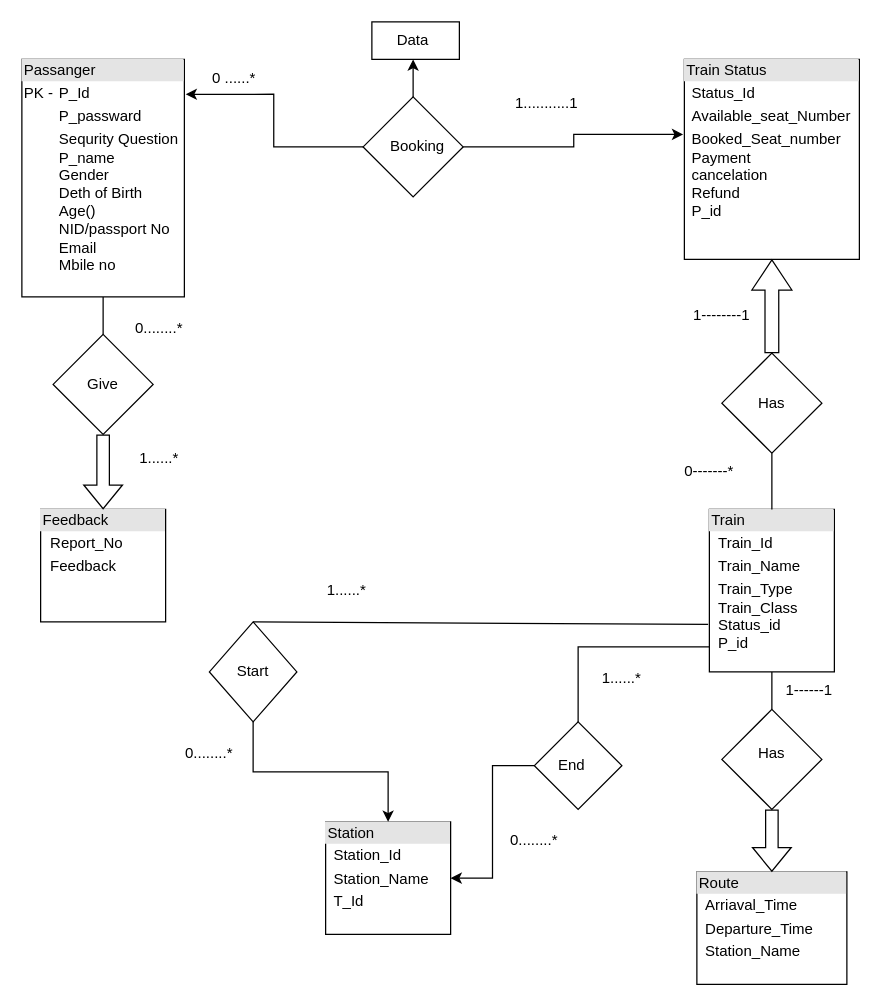
surjo976/Dbms-railstation-database keeps this draw.io diagram as Railwaydatabase.drawio. Above is the earlier version. Source tidied: cells renumbered, new cells numbered last; positions are measured from the earlier drawing's top-left corner, leaving out a move shared by most shapes. Both pictures are drawn from the tidied source at 125%, with x=0, y=0 at pixel (21, 21).
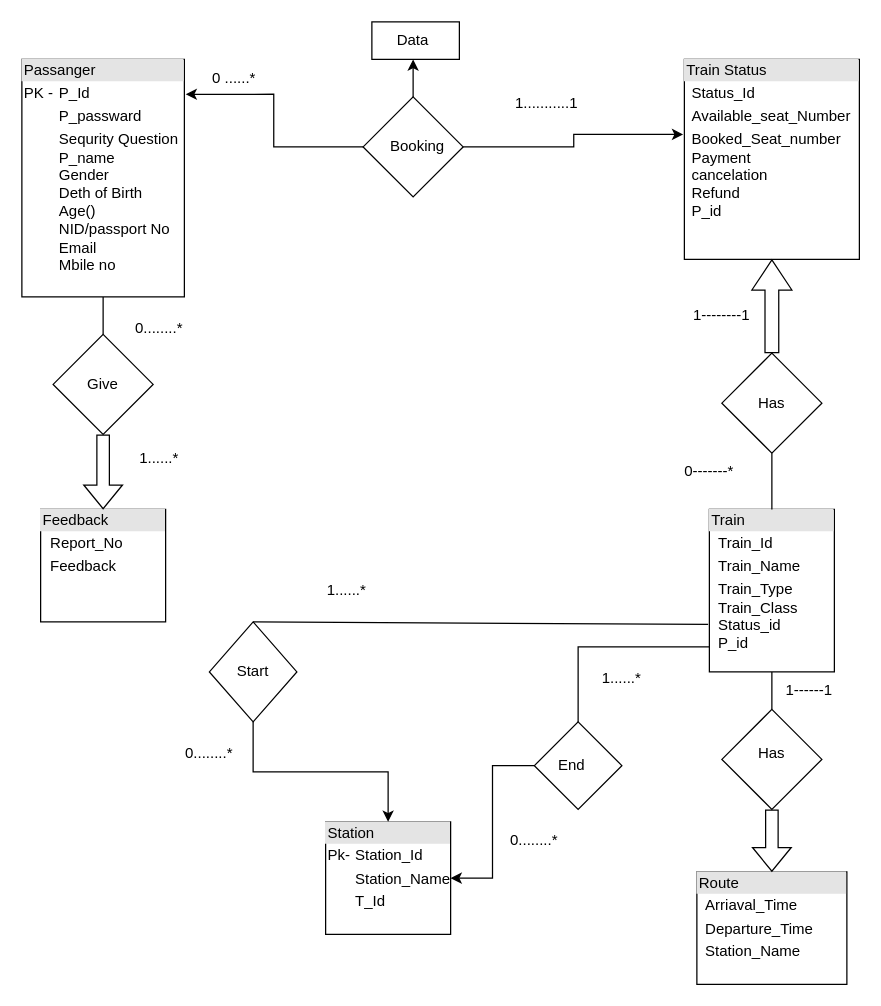
The same diagram, later.

The edit, as a diff of the source:
```diff
@@
-    <mxCell id="26" value="&lt;div style=&quot;box-sizing: border-box ; width: 100% ; background: #e4e4e4 ; padding: 2px&quot;&gt;Station&lt;/div&gt;&lt;table style=&quot;width: 100% ; font-size: 1em&quot; cellpadding=&quot;2&quot; cellspacing=&quot;0&quot;&gt;&lt;tbody&gt;&lt;tr&gt;&lt;td&gt;&lt;br&gt;&lt;/td&gt;&lt;td&gt;Station_Id&lt;/td&gt;&lt;/tr&gt;&lt;tr&gt;&lt;td&gt;&lt;br&gt;&lt;/td&gt;&lt;td&gt;Station_Name&lt;/td&gt;&lt;/tr&gt;&lt;tr&gt;&lt;td&gt;&lt;/td&gt;&lt;td&gt;T_Id&lt;/td&gt;&lt;/tr&gt;&lt;/tbody&gt;&lt;/table&gt;" style="verticalAlign=top;align=left;overflow=fill;html=1;" parent="1" vertex="1">
+    <mxCell id="26" value="&lt;div style=&quot;box-sizing: border-box ; width: 100% ; background: #e4e4e4 ; padding: 2px&quot;&gt;Station&lt;/div&gt;&lt;table style=&quot;width: 100% ; font-size: 1em&quot; cellpadding=&quot;2&quot; cellspacing=&quot;0&quot;&gt;&lt;tbody&gt;&lt;tr&gt;&lt;td&gt;Pk-&lt;/td&gt;&lt;td&gt;Station_Id&lt;/td&gt;&lt;/tr&gt;&lt;tr&gt;&lt;td&gt;&lt;br&gt;&lt;/td&gt;&lt;td&gt;Station_Name&lt;/td&gt;&lt;/tr&gt;&lt;tr&gt;&lt;td&gt;&lt;/td&gt;&lt;td&gt;T_Id&lt;/td&gt;&lt;/tr&gt;&lt;/tbody&gt;&lt;/table&gt;" style="verticalAlign=top;align=left;overflow=fill;html=1;" parent="1" vertex="1">
       <mxGeometry x="243" y="640" width="100" height="90" as="geometry" />
     </mxCell>
```
